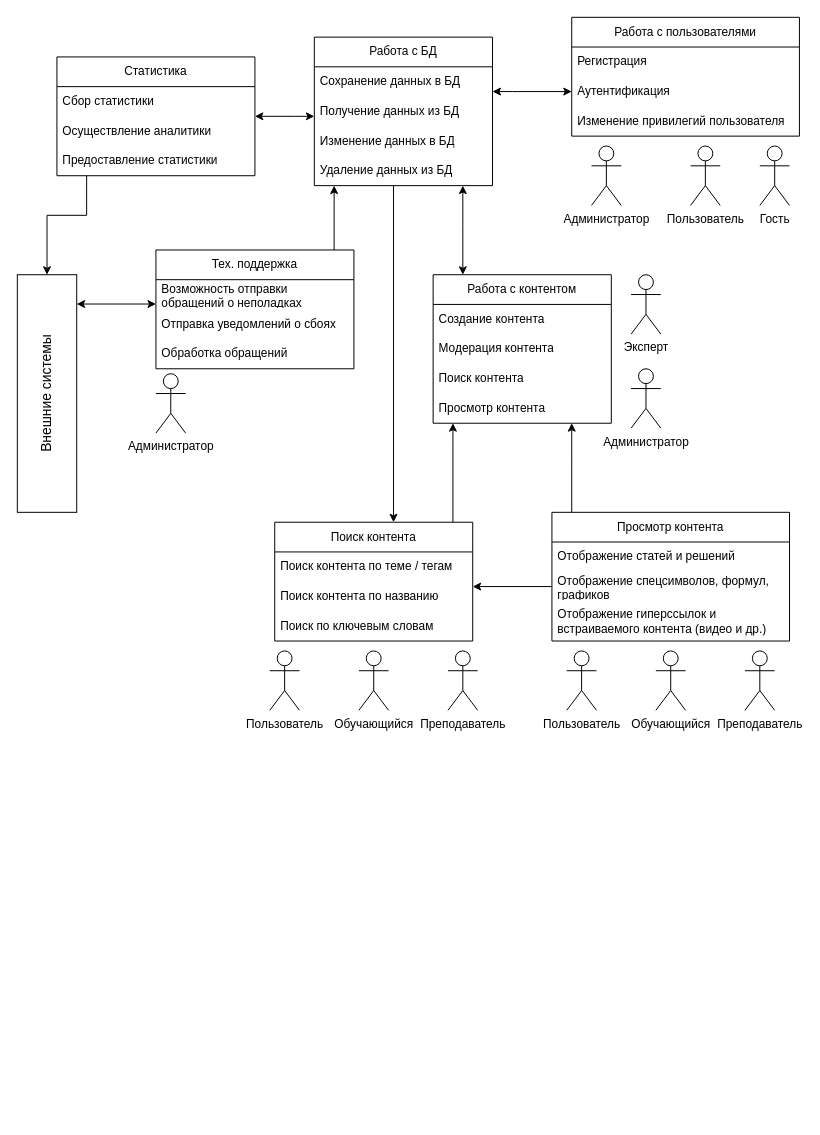
The draw.io diagram ПИС_3_1.drawio in v-tempe/draw.io, before the edit. Source tidied: cells renumbered, new cells numbered last; positions are measured from the earlier drawing's top-left corner, leaving out a move shared by most shapes. Both pictures are drawn from the tidied source at 99%, with x=0, y=0 at pixel (-72, 17).
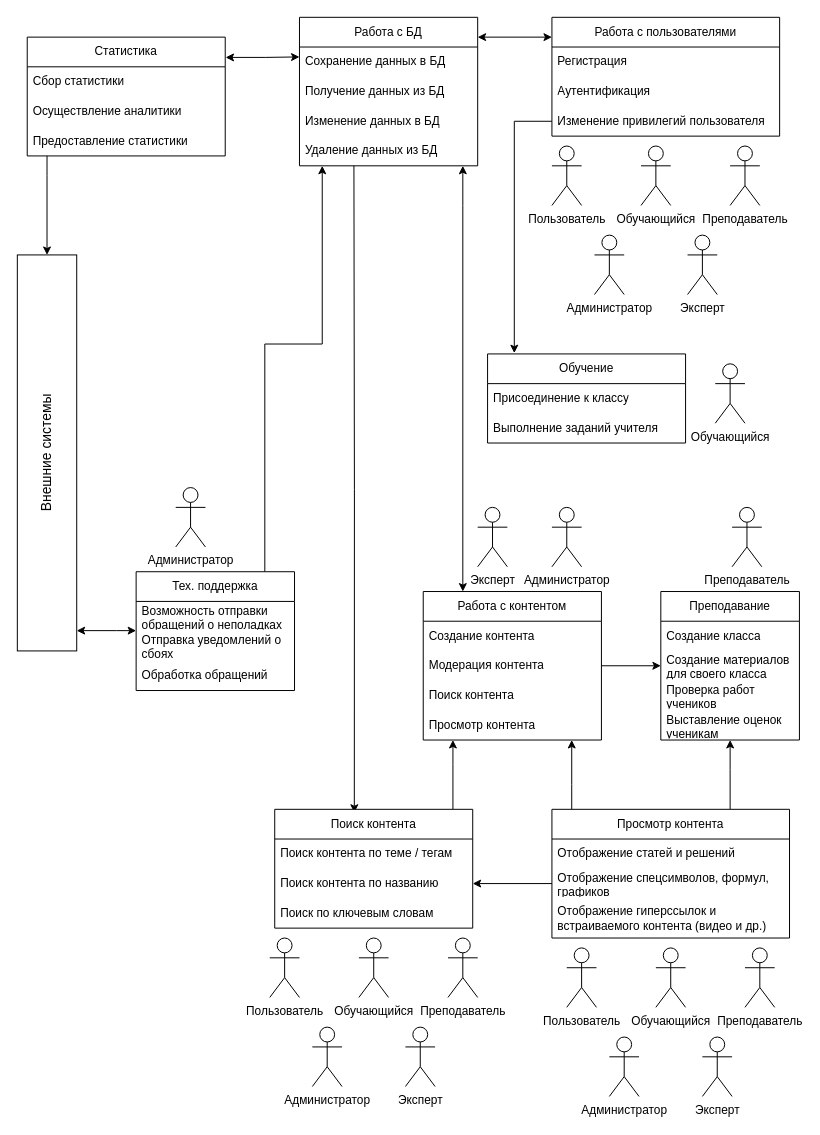
The same page after the edit.

The change refers to these unchanged cells:
```xml
<mxCell id="23" value="Модерация контента" style="text;strokeColor=none;fillColor=none;align=left;verticalAlign=middle;spacingLeft=4;spacingRight=4;overflow=hidden;points=[[0,0.5],[1,0.5]];portConstraint=eastwest;whiteSpace=wrap;html=1;" parent="21" vertex="1">
  <mxGeometry y="60" width="180" height="30" as="geometry" />
</mxCell>
<mxCell id="34" value="Отображение спецсимволов, формул, графиков" style="text;strokeColor=none;fillColor=none;align=left;verticalAlign=middle;spacingLeft=4;spacingRight=4;overflow=hidden;points=[[0,0.5],[1,0.5]];portConstraint=eastwest;whiteSpace=wrap;html=1;" parent="32" vertex="1">
  <mxGeometry y="60" width="240" height="30" as="geometry" />
</mxCell>
<mxCell id="38" value="Аутентификация" style="text;strokeColor=none;fillColor=none;align=left;verticalAlign=middle;spacingLeft=4;spacingRight=4;overflow=hidden;points=[[0,0.5],[1,0.5]];portConstraint=eastwest;whiteSpace=wrap;html=1;" parent="36" vertex="1">
  <mxGeometry y="60" width="230" height="30" as="geometry" />
</mxCell>
<mxCell id="39" value="Изменение привилегий пользователя" style="text;strokeColor=none;fillColor=none;align=left;verticalAlign=middle;spacingLeft=4;spacingRight=4;overflow=hidden;points=[[0,0.5],[1,0.5]];portConstraint=eastwest;whiteSpace=wrap;html=1;" parent="36" vertex="1">
  <mxGeometry y="90" width="230" height="30" as="geometry" />
</mxCell>
```

Change to the diagram source:
```diff
@@
     <mxCell id="2" value="Администратор" style="shape=umlActor;verticalLabelPosition=bottom;verticalAlign=top;html=1;" parent="1" vertex="1">
-      <mxGeometry x="710" y="355" width="30" height="60" as="geometry" />
+      <mxGeometry x="630" y="495" width="30" height="60" as="geometry" />
     </mxCell>
     <mxCell id="3" value="Эксперт" style="shape=umlActor;verticalLabelPosition=bottom;verticalAlign=top;html=1;" parent="1" vertex="1">
-      <mxGeometry x="710" y="260" width="30" height="60" as="geometry" />
+      <mxGeometry x="555" y="495" width="30" height="60" as="geometry" />
     </mxCell>
     <mxCell id="4" value="Преподаватель" style="shape=umlActor;verticalLabelPosition=bottom;verticalAlign=top;html=1;" parent="1" vertex="1">
-      <mxGeometry x="825" y="640" width="30" height="60" as="geometry" />
+      <mxGeometry x="825" y="940" width="30" height="60" as="geometry" />
     </mxCell>
     <mxCell id="5" value="Обучающийся" style="shape=umlActor;verticalLabelPosition=bottom;verticalAlign=top;html=1;" parent="1" vertex="1">
-      <mxGeometry x="735" y="640" width="30" height="60" as="geometry" />
+      <mxGeometry x="735" y="940" width="30" height="60" as="geometry" />
     </mxCell>
     <mxCell id="6" value="Пользователь" style="shape=umlActor;verticalLabelPosition=bottom;verticalAlign=top;html=1;" parent="1" vertex="1">
-      <mxGeometry x="645" y="640" width="30" height="60" as="geometry" />
+      <mxGeometry x="645" y="940" width="30" height="60" as="geometry" />
     </mxCell>
     <mxCell id="7" value="Внешние системы" style="rounded=0;whiteSpace=wrap;html=1;rotation=-90;fontSize=14;" parent="1" vertex="1">
-      <mxGeometry y="350" width="240" height="60" as="geometry" />
+      <mxGeometry x="-80" y="410" width="400" height="60" as="geometry" />
     </mxCell>
-    <mxCell id="8" style="edgeStyle=orthogonalEdgeStyle;rounded=0;orthogonalLoop=1;jettySize=auto;html=1;startArrow=classic;startFill=1;" parent="1" edge="1">
-      <mxGeometry relative="1" as="geometry">
-        <mxPoint x="230" y="289.6" as="sourcePoint" />
-        <mxPoint x="150" y="289.6" as="targetPoint" />
-        <Array as="points">
-          <mxPoint x="220" y="289.6" />
-          <mxPoint x="220" y="289.6" />
-        </Array>
-      </mxGeometry>
-    </mxCell>
-    <mxCell id="9" style="edgeStyle=orthogonalEdgeStyle;rounded=0;jettySize=auto;html=1;" parent="1" edge="1" source="10" target="15">
+    <mxCell id="9" style="edgeStyle=orthogonalEdgeStyle;rounded=0;orthogonalLoop=1;jettySize=auto;html=1;exitX=0.75;exitY=0;exitDx=0;exitDy=0;" parent="1" edge="1">
       <mxGeometry relative="1" as="geometry">
+        <mxPoint x="340" y="560" as="sourcePoint" />
+        <mxPoint x="398" y="150" as="targetPoint" />
         <Array as="points">
-          <mxPoint x="410" y="190" />
-          <mxPoint x="410" y="190" />
+          <mxPoint x="340" y="330" />
+          <mxPoint x="398" y="330" />
         </Array>
       </mxGeometry>
     </mxCell>
     <mxCell id="10" value="Тех. поддержка" style="swimlane;fontStyle=0;horizontal=1;startSize=30;whiteSpace=wrap;html=1;" parent="1" vertex="1">
-      <mxGeometry x="230" y="235" width="200" height="120" as="geometry" />
+      <mxGeometry x="210" y="560" width="160" height="120" as="geometry" />
     </mxCell>
     <mxCell id="11" value="Возможность отправки обращений о неполадках" style="text;strokeColor=none;fillColor=none;align=left;verticalAlign=middle;spacingLeft=4;spacingRight=4;overflow=hidden;whiteSpace=wrap;html=1;" parent="10" vertex="1">
-      <mxGeometry y="30" width="200" height="30" as="geometry" />
+      <mxGeometry y="30" width="160" height="30" as="geometry" />
     </mxCell>
     <mxCell id="12" value="Отправка уведомлений о сбоях" style="text;strokeColor=none;fillColor=none;align=left;verticalAlign=middle;spacingLeft=4;spacingRight=4;overflow=hidden;whiteSpace=wrap;html=1;" parent="10" vertex="1">
-      <mxGeometry y="60" width="200" height="30" as="geometry" />
+      <mxGeometry y="60" width="160" height="30" as="geometry" />
     </mxCell>
     <mxCell id="13" value="Обработка обращений" style="text;strokeColor=none;fillColor=none;align=left;verticalAlign=middle;spacingLeft=4;spacingRight=4;overflow=hidden;whiteSpace=wrap;html=1;" parent="10" vertex="1">
-      <mxGeometry y="90" width="200" height="30" as="geometry" />
+      <mxGeometry y="90" width="160" height="30" as="geometry" />
     </mxCell>
-    <mxCell id="14" style="edgeStyle=orthogonalEdgeStyle;rounded=0;orthogonalLoop=1;jettySize=auto;html=1;" parent="1" edge="1">
+    <mxCell id="14" style="edgeStyle=orthogonalEdgeStyle;rounded=0;orthogonalLoop=1;jettySize=auto;html=1;entryX=0.602;entryY=0.028;entryDx=0;entryDy=0;entryPerimeter=0;" parent="1" edge="1">
       <mxGeometry relative="1" as="geometry">
-        <mxPoint x="470" y="170" as="sourcePoint" />
-        <mxPoint x="470" y="510" as="targetPoint" />
-        <Array as="points">
-          <mxPoint x="470" y="430" />
-          <mxPoint x="470" y="430" />
-        </Array>
+        <mxPoint x="430" y="150" as="sourcePoint" />
+        <mxPoint x="430.4" y="803.4" as="targetPoint" />
       </mxGeometry>
     </mxCell>
     <mxCell id="15" value="Работа с БД" style="swimlane;fontStyle=0;horizontal=1;startSize=30;whiteSpace=wrap;html=1;" parent="1" vertex="1">
-      <mxGeometry x="390" y="20" width="180" height="150" as="geometry" />
+      <mxGeometry x="375" width="180" height="150" as="geometry" />
     </mxCell>
@@
     <mxCell id="20" style="edgeStyle=orthogonalEdgeStyle;rounded=0;jettySize=auto;html=1;startArrow=classic;startFill=1;" parent="1" edge="1" source="21" target="15">
       <mxGeometry relative="1" as="geometry">
         <Array as="points">
-          <mxPoint x="540" y="210" />
-          <mxPoint x="540" y="210" />
+          <mxPoint x="540" y="190" />
+          <mxPoint x="540" y="190" />
         </Array>
       </mxGeometry>
     </mxCell>
     <mxCell id="21" value="Работа с контентом" style="swimlane;fontStyle=0;horizontal=1;startSize=30;whiteSpace=wrap;html=1;" parent="1" vertex="1">
-      <mxGeometry x="510" y="260" width="180" height="150" as="geometry" />
+      <mxGeometry x="500" y="580" width="180" height="150" as="geometry" />
     </mxCell>
@@
     <mxCell id="26" style="edgeStyle=orthogonalEdgeStyle;rounded=0;jettySize=auto;html=1;" parent="1" edge="1" source="27" target="21">
       <mxGeometry relative="1" as="geometry">
         <Array as="points">
-          <mxPoint x="530" y="430" />
-          <mxPoint x="530" y="430" />
+          <mxPoint x="530" y="755" />
+          <mxPoint x="530" y="755" />
         </Array>
       </mxGeometry>
     </mxCell>
     <mxCell id="27" value="Поиск контента" style="swimlane;fontStyle=0;horizontal=1;startSize=30;whiteSpace=wrap;html=1;" parent="1" vertex="1">
-      <mxGeometry x="350" y="510" width="200" height="120" as="geometry" />
+      <mxGeometry x="350" y="800" width="200" height="120" as="geometry" />
     </mxCell>
@@
     <mxCell id="31" style="edgeStyle=orthogonalEdgeStyle;rounded=0;jettySize=auto;html=1;" parent="1" edge="1" source="32" target="21">
       <mxGeometry relative="1" as="geometry">
         <Array as="points">
-          <mxPoint x="650" y="450" />
-          <mxPoint x="650" y="450" />
+          <mxPoint x="650" y="775" />
+          <mxPoint x="650" y="775" />
         </Array>
       </mxGeometry>
     </mxCell>
+    <mxCell id="55" style="edgeStyle=orthogonalEdgeStyle;rounded=0;jettySize=auto;html=1;exitX=0.75;exitY=0;exitDx=0;exitDy=0;" parent="1" edge="1" source="32" target="68">
+      <mxGeometry relative="1" as="geometry">
+        <Array as="points">
+          <mxPoint x="810" y="760" />
+          <mxPoint x="810" y="760" />
+        </Array>
+      </mxGeometry>
+    </mxCell>
     <mxCell id="32" value="Просмотр контента" style="swimlane;fontStyle=0;horizontal=1;startSize=30;whiteSpace=wrap;html=1;" parent="1" vertex="1">
-      <mxGeometry x="630" y="500" width="240" height="130" as="geometry" />
+      <mxGeometry x="630" y="800" width="240" height="130" as="geometry" />
     </mxCell>
@@
     <mxCell id="36" value="Работа с пользователями" style="swimlane;fontStyle=0;horizontal=1;startSize=30;whiteSpace=wrap;html=1;" parent="1" vertex="1">
-      <mxGeometry x="650" width="230" height="120" as="geometry" />
+      <mxGeometry x="630" width="230" height="120" as="geometry" />
     </mxCell>
@@
-    <mxCell id="40" value="Гость" style="shape=umlActor;verticalLabelPosition=bottom;verticalAlign=top;html=1;" parent="1" vertex="1">
-      <mxGeometry x="840" y="130" width="30" height="60" as="geometry" />
-    </mxCell>
-    <mxCell id="41" style="edgeStyle=orthogonalEdgeStyle;rounded=0;jettySize=auto;html=1;startArrow=classic;startFill=1;" parent="1" edge="1" source="42" target="15">
+    <mxCell id="41" style="edgeStyle=orthogonalEdgeStyle;rounded=0;orthogonalLoop=1;jettySize=auto;html=1;startArrow=classic;startFill=1;entryX=-0.002;entryY=-0.033;entryDx=0;entryDy=0;entryPerimeter=0;" parent="1" edge="1">
       <mxGeometry relative="1" as="geometry">
+        <mxPoint x="300.4" y="40.5" as="sourcePoint" />
+        <mxPoint x="375" y="40" as="targetPoint" />
         <Array as="points">
-          <mxPoint x="370" y="100" />
-          <mxPoint x="370" y="100" />
+          <mxPoint x="340.4" y="41" />
         </Array>
       </mxGeometry>
     </mxCell>
     <mxCell id="42" value="Статистика" style="swimlane;fontStyle=0;horizontal=1;startSize=30;whiteSpace=wrap;html=1;" parent="1" vertex="1">
-      <mxGeometry x="130" y="40" width="200" height="120" as="geometry" />
+      <mxGeometry x="100" y="20" width="200" height="120" as="geometry" />
     </mxCell>
@@
     <mxCell id="46" style="edgeStyle=orthogonalEdgeStyle;rounded=0;jettySize=auto;html=1;" parent="1" edge="1" source="42" target="7">
       <mxGeometry relative="1" as="geometry">
         <Array as="points">
-          <mxPoint x="160" y="200" />
+          <mxPoint x="120" y="160" />
+          <mxPoint x="120" y="160" />
         </Array>
       </mxGeometry>
     </mxCell>
-    <mxCell id="47" style="edgeStyle=orthogonalEdgeStyle;rounded=0;jettySize=auto;html=1;startArrow=classic;startFill=1;endArrow=classic;endFill=1;" parent="1" edge="1" source="38" target="15">
+    <mxCell id="47" style="edgeStyle=orthogonalEdgeStyle;rounded=0;orthogonalLoop=1;jettySize=auto;html=1;startArrow=classic;startFill=1;endArrow=classic;endFill=1;exitX=0;exitY=0.5;exitDx=0;exitDy=0;entryX=1;entryY=0.5;entryDx=0;entryDy=0;" parent="1" edge="1">
       <mxGeometry relative="1" as="geometry">
-        <Array as="points">
-          <mxPoint x="590" y="75" />
-          <mxPoint x="590" y="75" />
-        </Array>
+        <mxPoint x="630" y="20" as="sourcePoint" />
+        <mxPoint x="555" y="20" as="targetPoint" />
       </mxGeometry>
     </mxCell>
     <mxCell id="48" style="edgeStyle=orthogonalEdgeStyle;rounded=0;jettySize=auto;html=1;" parent="1" edge="1" source="34" target="27">
       <mxGeometry relative="1" as="geometry">
         <Array as="points">
-          <mxPoint x="480" y="565" />
-          <mxPoint x="480" y="565" />
+          <mxPoint x="480" y="865" />
+          <mxPoint x="480" y="865" />
         </Array>
       </mxGeometry>
     </mxCell>
     <mxCell id="49" value="Преподаватель" style="shape=umlActor;verticalLabelPosition=bottom;verticalAlign=top;html=1;" parent="1" vertex="1">
-      <mxGeometry x="525" y="640" width="30" height="60" as="geometry" />
+      <mxGeometry x="525" y="930" width="30" height="60" as="geometry" />
     </mxCell>
     <mxCell id="50" value="Обучающийся" style="shape=umlActor;verticalLabelPosition=bottom;verticalAlign=top;html=1;" parent="1" vertex="1">
-      <mxGeometry x="435" y="640" width="30" height="60" as="geometry" />
+      <mxGeometry x="435" y="930" width="30" height="60" as="geometry" />
     </mxCell>
     <mxCell id="51" value="Пользователь" style="shape=umlActor;verticalLabelPosition=bottom;verticalAlign=top;html=1;" parent="1" vertex="1">
-      <mxGeometry x="345" y="640" width="30" height="60" as="geometry" />
+      <mxGeometry x="345" y="930" width="30" height="60" as="geometry" />
     </mxCell>
+    <mxCell id="54" value="Администратор" style="shape=umlActor;verticalLabelPosition=bottom;verticalAlign=top;html=1;" parent="1" vertex="1">
+      <mxGeometry x="250" y="475" width="30" height="60" as="geometry" />
+    </mxCell>
+    <mxCell id="56" value="Эксперт" style="shape=umlActor;verticalLabelPosition=bottom;verticalAlign=top;html=1;" parent="1" vertex="1">
+      <mxGeometry x="482" y="1020" width="30" height="60" as="geometry" />
+    </mxCell>
+    <mxCell id="57" value="Администратор" style="shape=umlActor;verticalLabelPosition=bottom;verticalAlign=top;html=1;" parent="1" vertex="1">
+      <mxGeometry x="388" y="1020" width="30" height="60" as="geometry" />
+    </mxCell>
+    <mxCell id="58" value="Эксперт" style="shape=umlActor;verticalLabelPosition=bottom;verticalAlign=top;html=1;" parent="1" vertex="1">
+      <mxGeometry x="782" y="1030" width="30" height="60" as="geometry" />
+    </mxCell>
+    <mxCell id="59" value="Администратор" style="shape=umlActor;verticalLabelPosition=bottom;verticalAlign=top;html=1;" parent="1" vertex="1">
+      <mxGeometry x="688" y="1030" width="30" height="60" as="geometry" />
+    </mxCell>
+    <mxCell id="60" value="Преподаватель" style="shape=umlActor;verticalLabelPosition=bottom;verticalAlign=top;html=1;" parent="1" vertex="1">
+      <mxGeometry x="810" y="130" width="30" height="60" as="geometry" />
+    </mxCell>
+    <mxCell id="61" value="Обучающийся" style="shape=umlActor;verticalLabelPosition=bottom;verticalAlign=top;html=1;" parent="1" vertex="1">
+      <mxGeometry x="720" y="130" width="30" height="60" as="geometry" />
+    </mxCell>
     <mxCell id="52" value="Пользователь" style="shape=umlActor;verticalLabelPosition=bottom;verticalAlign=top;html=1;" parent="1" vertex="1">
-      <mxGeometry x="770" y="130" width="30" height="60" as="geometry" />
+      <mxGeometry x="630" y="130" width="30" height="60" as="geometry" />
     </mxCell>
-    <mxCell id="53" value="Администратор" style="shape=umlActor;verticalLabelPosition=bottom;verticalAlign=top;html=1;" parent="1" vertex="1">
-      <mxGeometry x="670" y="130" width="30" height="60" as="geometry" />
-    </mxCell>
-    <mxCell id="54" value="Администратор" style="shape=umlActor;verticalLabelPosition=bottom;verticalAlign=top;html=1;" parent="1" vertex="1">
-      <mxGeometry x="230" y="360" width="30" height="60" as="geometry" />
-    </mxCell>
+    <mxCell id="62" value="Эксперт" style="shape=umlActor;verticalLabelPosition=bottom;verticalAlign=top;html=1;" parent="1" vertex="1">
+      <mxGeometry x="767" y="220" width="30" height="60" as="geometry" />
+    </mxCell>
+    <mxCell id="63" value="Администратор" style="shape=umlActor;verticalLabelPosition=bottom;verticalAlign=top;html=1;" parent="1" vertex="1">
+      <mxGeometry x="673" y="220" width="30" height="60" as="geometry" />
+    </mxCell>
+    <mxCell id="64" style="edgeStyle=orthogonalEdgeStyle;rounded=0;orthogonalLoop=1;jettySize=auto;html=1;startArrow=classic;startFill=1;" parent="1" edge="1">
+      <mxGeometry relative="1" as="geometry">
+        <mxPoint x="150" y="619.5" as="sourcePoint" />
+        <mxPoint x="210" y="619.5" as="targetPoint" />
+        <Array as="points">
+          <mxPoint x="190" y="619.5" />
+          <mxPoint x="190" y="619.5" />
+        </Array>
+      </mxGeometry>
+    </mxCell>
+    <mxCell id="65" value="Обучение" style="swimlane;fontStyle=0;horizontal=1;startSize=30;whiteSpace=wrap;html=1;" parent="1" vertex="1">
+      <mxGeometry x="565" y="340" width="200" height="90" as="geometry" />
+    </mxCell>
+    <mxCell id="66" value="Присоединение к классу" style="text;strokeColor=none;fillColor=none;align=left;verticalAlign=middle;spacingLeft=4;spacingRight=4;overflow=hidden;whiteSpace=wrap;html=1;" parent="65" vertex="1">
+      <mxGeometry y="30" width="200" height="30" as="geometry" />
+    </mxCell>
+    <mxCell id="67" value="Выполнение заданий учителя" style="text;strokeColor=none;fillColor=none;align=left;verticalAlign=middle;spacingLeft=4;spacingRight=4;overflow=hidden;whiteSpace=wrap;html=1;" parent="65" vertex="1">
+      <mxGeometry y="60" width="200" height="30" as="geometry" />
+    </mxCell>
+    <mxCell id="68" value="Преподавание" style="swimlane;fontStyle=0;horizontal=1;startSize=30;whiteSpace=wrap;html=1;" parent="1" vertex="1">
+      <mxGeometry x="740" y="580" width="140" height="150" as="geometry" />
+    </mxCell>
+    <mxCell id="69" value="Создание класса" style="text;strokeColor=none;fillColor=none;align=left;verticalAlign=middle;spacingLeft=4;spacingRight=4;overflow=hidden;whiteSpace=wrap;html=1;" parent="68" vertex="1">
+      <mxGeometry y="30" width="140" height="30" as="geometry" />
+    </mxCell>
+    <mxCell id="70" value="Создание материалов для своего класса" style="text;strokeColor=none;fillColor=none;align=left;verticalAlign=middle;spacingLeft=4;spacingRight=4;overflow=hidden;points=[[0,0.5],[1,0.5]];portConstraint=eastwest;whiteSpace=wrap;html=1;" parent="68" vertex="1">
+      <mxGeometry y="60" width="140" height="30" as="geometry" />
+    </mxCell>
+    <mxCell id="71" value="Проверка работ учеников" style="text;strokeColor=none;fillColor=none;align=left;verticalAlign=middle;spacingLeft=4;spacingRight=4;overflow=hidden;whiteSpace=wrap;html=1;" parent="68" vertex="1">
+      <mxGeometry y="90" width="140" height="30" as="geometry" />
+    </mxCell>
+    <mxCell id="72" value="Выставление оценок ученикам" style="text;strokeColor=none;fillColor=none;align=left;verticalAlign=middle;spacingLeft=4;spacingRight=4;overflow=hidden;whiteSpace=wrap;html=1;" parent="68" vertex="1">
+      <mxGeometry y="120" width="140" height="30" as="geometry" />
+    </mxCell>
+    <mxCell id="73" value="Обучающийся" style="shape=umlActor;verticalLabelPosition=bottom;verticalAlign=top;html=1;" parent="1" vertex="1">
+      <mxGeometry x="795" y="350" width="30" height="60" as="geometry" />
+    </mxCell>
+    <mxCell id="74" value="Преподаватель" style="shape=umlActor;verticalLabelPosition=bottom;verticalAlign=top;html=1;" parent="1" vertex="1">
+      <mxGeometry x="812" y="495" width="30" height="60" as="geometry" />
+    </mxCell>
+    <mxCell id="75" style="edgeStyle=orthogonalEdgeStyle;rounded=0;jettySize=auto;html=1;exitX=0;exitY=0.5;exitDx=0;exitDy=0;entryX=0.135;entryY=-0.009;entryDx=0;entryDy=0;entryPerimeter=0;" parent="1" edge="1" source="39" target="65">
+      <mxGeometry relative="1" as="geometry" />
+    </mxCell>
+    <mxCell id="76" style="edgeStyle=orthogonalEdgeStyle;rounded=0;jettySize=auto;html=1;exitX=1;exitY=0.5;exitDx=0;exitDy=0;entryX=0;entryY=0.5;entryDx=0;entryDy=0;" parent="1" edge="1" source="23" target="70">
+      <mxGeometry relative="1" as="geometry" />
+    </mxCell>
```
